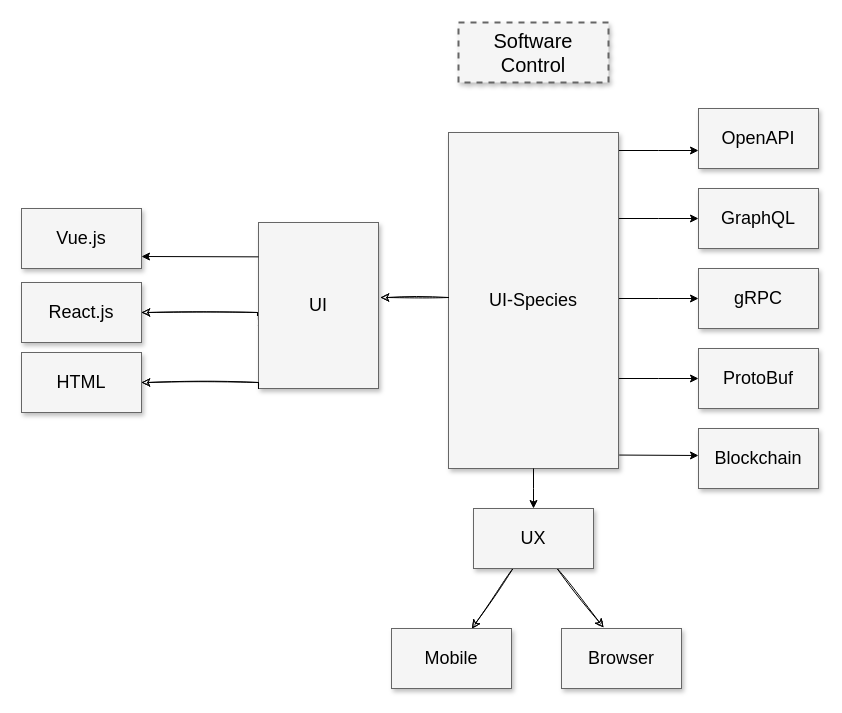
Before: diagrams/principal.drawio in ui-species/ui-species.org, a draw.io diagram. Source tidied: cells renumbered, new cells numbered last; positions are measured from the earlier drawing's top-left corner, leaving out a move shared by most shapes. Both pictures are drawn from the tidied source at 100%, with x=0, y=0 at pixel (21, 22).
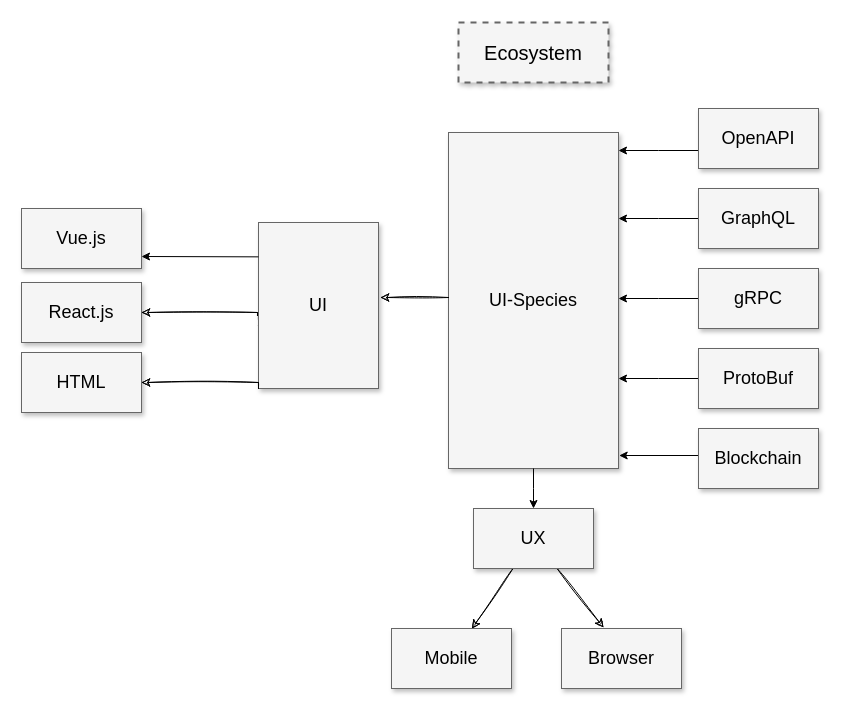
After the change.

Unchanged cells that the change refers to:
```xml
<mxCell id="7" value="UI-Species" style="whiteSpace=wrap;html=1;shadow=1;fontSize=18;fillColor=#f5f5f5;strokeColor=#666666;" parent="1" vertex="1">
  <mxGeometry x="427" y="110" width="170" height="336" as="geometry" />
</mxCell>
<mxCell id="8" value="OpenAPI" style="whiteSpace=wrap;html=1;shadow=1;fontSize=18;fillColor=#f5f5f5;strokeColor=#666666;" parent="1" vertex="1">
  <mxGeometry x="677" y="86" width="120" height="60" as="geometry" />
</mxCell>
<mxCell id="9" value="GraphQL" style="whiteSpace=wrap;html=1;shadow=1;fontSize=18;fillColor=#f5f5f5;strokeColor=#666666;" parent="1" vertex="1">
  <mxGeometry x="677" y="166" width="120" height="60" as="geometry" />
</mxCell>
<mxCell id="10" value="gRPC" style="whiteSpace=wrap;html=1;shadow=1;fontSize=18;fillColor=#f5f5f5;strokeColor=#666666;" parent="1" vertex="1">
  <mxGeometry x="677" y="246" width="120" height="60" as="geometry" />
</mxCell>
<mxCell id="11" value="ProtoBuf" style="whiteSpace=wrap;html=1;shadow=1;fontSize=18;fillColor=#f5f5f5;strokeColor=#666666;" parent="1" vertex="1">
  <mxGeometry x="677" y="326" width="120" height="60" as="geometry" />
</mxCell>
<mxCell id="27" value="Blockchain" style="whiteSpace=wrap;html=1;shadow=1;fontSize=18;fillColor=#f5f5f5;strokeColor=#666666;" parent="1" vertex="1">
  <mxGeometry x="677" y="406" width="120" height="60" as="geometry" />
</mxCell>
```

The edit, as a diff of the source:
```diff
@@
-    <mxCell id="2" value="Software Control" style="whiteSpace=wrap;html=1;shadow=1;fontSize=20;fillColor=#f5f5f5;strokeColor=#666666;strokeWidth=2;dashed=1;" parent="1" vertex="1">
+    <mxCell id="2" value="Ecosystem" style="whiteSpace=wrap;html=1;shadow=1;fontSize=20;fillColor=#f5f5f5;strokeColor=#666666;strokeWidth=2;dashed=1;" parent="1" vertex="1">
       <mxGeometry x="437" width="150" height="60" as="geometry" />
     </mxCell>
-    <mxCell id="3" style="edgeStyle=elbowEdgeStyle;rounded=0;html=1;startArrow=none;startFill=0;jettySize=auto;fontSize=18;elbow=vertical;" parent="1" edge="1" source="7" target="8">
+    <mxCell id="3" style="edgeStyle=elbowEdgeStyle;rounded=0;html=1;startArrow=none;startFill=0;jettySize=auto;fontSize=18;elbow=vertical;" parent="1" edge="1" source="8" target="7">
       <mxGeometry relative="1" as="geometry" />
     </mxCell>
-    <mxCell id="4" style="edgeStyle=elbowEdgeStyle;rounded=0;html=1;startArrow=none;startFill=0;jettySize=auto;fontSize=18;elbow=vertical;" parent="1" edge="1" source="7" target="9">
+    <mxCell id="4" style="edgeStyle=elbowEdgeStyle;rounded=0;html=1;startArrow=none;startFill=0;jettySize=auto;fontSize=18;elbow=vertical;" parent="1" edge="1" source="9" target="7">
       <mxGeometry relative="1" as="geometry" />
     </mxCell>
-    <mxCell id="5" style="edgeStyle=elbowEdgeStyle;rounded=0;html=1;startArrow=none;startFill=0;jettySize=auto;fontSize=18;elbow=vertical;" parent="1" edge="1" source="7" target="10">
+    <mxCell id="5" style="edgeStyle=elbowEdgeStyle;rounded=0;html=1;startArrow=none;startFill=0;jettySize=auto;fontSize=18;elbow=vertical;" parent="1" edge="1" source="10" target="7">
       <mxGeometry relative="1" as="geometry" />
     </mxCell>
-    <mxCell id="6" style="edgeStyle=elbowEdgeStyle;rounded=0;html=1;startArrow=none;startFill=0;jettySize=auto;fontSize=18;elbow=vertical;" parent="1" edge="1" source="7" target="11">
+    <mxCell id="6" style="edgeStyle=elbowEdgeStyle;rounded=0;html=1;startArrow=none;startFill=0;jettySize=auto;fontSize=18;elbow=vertical;" parent="1" edge="1" source="11" target="7">
       <mxGeometry relative="1" as="geometry" />
     </mxCell>
@@
-    <mxCell id="26" style="edgeStyle=elbowEdgeStyle;rounded=0;html=1;startArrow=none;startFill=0;jettySize=auto;fontSize=18;elbow=vertical;exitX=1.004;exitY=0.96;exitDx=0;exitDy=0;exitPerimeter=0;" parent="1" edge="1" source="7" target="27">
+    <mxCell id="26" style="edgeStyle=elbowEdgeStyle;rounded=0;html=1;startArrow=none;startFill=0;jettySize=auto;fontSize=18;elbow=vertical;entryX=1.004;entryY=0.96;entryDx=0;entryDy=0;entryPerimeter=0;" parent="1" edge="1" source="27" target="7">
       <mxGeometry relative="1" as="geometry" />
     </mxCell>
```
